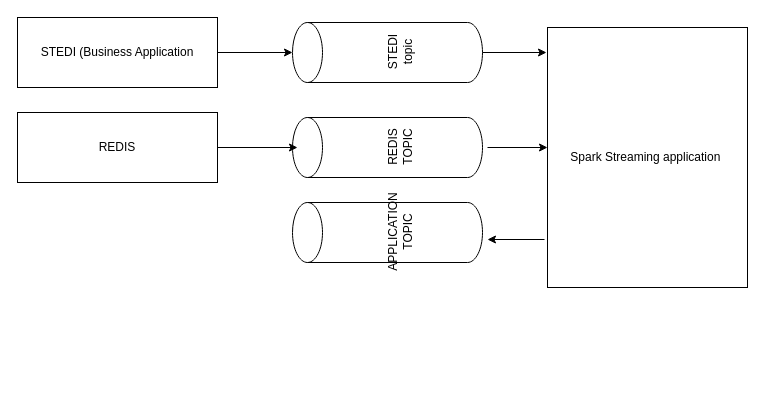
Above: project/stedi-project.drawio in st185229/human-balance-evaluation-data-streaming (draw.io), before the change. Source tidied: cells renumbered, new cells numbered last; positions are measured from the earlier drawing's top-left corner, leaving out a move shared by most shapes. Both pictures are drawn from the tidied source at 100%, with x=0, y=0 at pixel (17, -43).
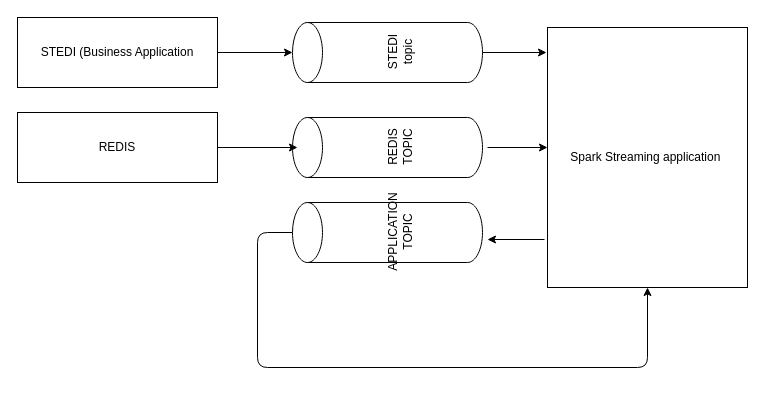
The same diagram, later.

Change to the diagram source:
```diff
@@
 <mxGraphModel>
   <root>
     <mxCell id="0" />
     <mxCell id="1" parent="0" />
     <mxCell id="2" value="STEDI (Business Application" style="rounded=0;whiteSpace=wrap;html=1;" parent="1" vertex="1">
       <mxGeometry y="60" width="200" height="70" as="geometry" />
     </mxCell>
     <mxCell id="3" value="Spark Streaming application&amp;nbsp;" style="rounded=0;whiteSpace=wrap;html=1;" parent="1" vertex="1">
       <mxGeometry x="530" y="70" width="200" height="260" as="geometry" />
     </mxCell>
     <mxCell id="4" value="REDIS" style="rounded=0;whiteSpace=wrap;html=1;" parent="1" vertex="1">
       <mxGeometry y="155" width="200" height="70" as="geometry" />
     </mxCell>
     <mxCell id="5" value="REDIS TOPIC" style="shape=cylinder3;whiteSpace=wrap;html=1;boundedLbl=1;backgroundOutline=1;size=15;rotation=-90;" parent="1" vertex="1">
       <mxGeometry x="340" y="95" width="60" height="190" as="geometry" />
     </mxCell>
     <mxCell id="6" value="STEDI topic" style="shape=cylinder3;whiteSpace=wrap;html=1;boundedLbl=1;backgroundOutline=1;size=15;rotation=-90;" parent="1" vertex="1">
       <mxGeometry x="340" width="60" height="190" as="geometry" />
     </mxCell>
     <mxCell id="7" style="endArrow=classic;html=1;entryX=0.5;entryY=0;entryDx=0;entryDy=0;entryPerimeter=0;exitX=1;exitY=0.5;exitDx=0;exitDy=0;" parent="1" edge="1" source="2" target="6">
       <mxGeometry relative="1" as="geometry" />
     </mxCell>
     <mxCell id="8" style="endArrow=classic;html=1;exitX=1;exitY=0.5;exitDx=0;exitDy=0;" parent="1" edge="1" source="4">
       <mxGeometry relative="1" as="geometry">
         <mxPoint x="280" y="190" as="targetPoint" />
       </mxGeometry>
     </mxCell>
     <mxCell id="9" style="endArrow=classic;html=1;exitX=0.5;exitY=1;exitDx=0;exitDy=0;exitPerimeter=0;" parent="1" edge="1" source="6">
       <mxGeometry relative="1" as="geometry">
         <mxPoint x="529" y="95" as="targetPoint" />
       </mxGeometry>
     </mxCell>
     <mxCell id="10" style="endArrow=classic;html=1;" parent="1" edge="1">
       <mxGeometry relative="1" as="geometry">
         <mxPoint x="470" y="190" as="sourcePoint" />
         <mxPoint x="530" y="190" as="targetPoint" />
       </mxGeometry>
     </mxCell>
     <mxCell id="11" value="APPLICATION TOPIC" style="shape=cylinder3;whiteSpace=wrap;html=1;boundedLbl=1;backgroundOutline=1;size=15;rotation=-90;" parent="1" vertex="1">
       <mxGeometry x="340" y="180" width="60" height="190" as="geometry" />
     </mxCell>
     <mxCell id="12" style="endArrow=classic;html=1;" parent="1" edge="1">
       <mxGeometry relative="1" as="geometry">
         <mxPoint x="527" y="282" as="sourcePoint" />
         <mxPoint x="470" y="282" as="targetPoint" />
       </mxGeometry>
     </mxCell>
+    <mxCell id="13" style="endArrow=classic;html=1;exitX=0.5;exitY=0;exitDx=0;exitDy=0;exitPerimeter=0;entryX=0.5;entryY=1;entryDx=0;entryDy=0;edgeStyle=orthogonalEdgeStyle;" parent="1" edge="1" source="11" target="3">
+      <mxGeometry relative="1" as="geometry">
+        <Array as="points">
+          <mxPoint x="240" y="275" />
+          <mxPoint x="240" y="410" />
+          <mxPoint x="630" y="410" />
+        </Array>
+      </mxGeometry>
+    </mxCell>
   </root>
 </mxGraphModel>
```
